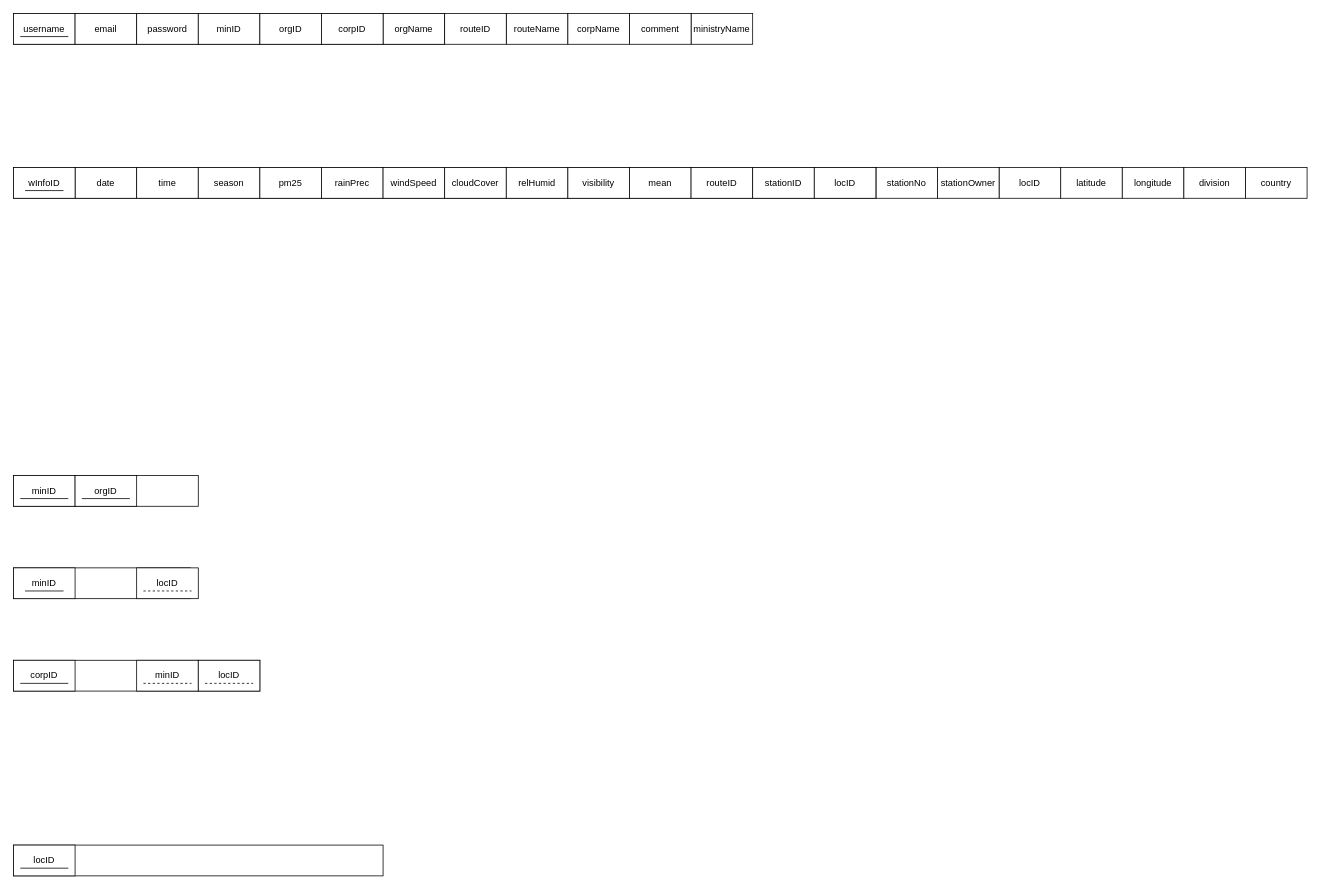
zorojuro75/CSE303-sec-03-Group-03 keeps this draw.io diagram as z-design/Normalisation.drawio. Above is the earlier version. Source tidied: cells renumbered, new cells numbered last; positions are measured from the earlier drawing's top-left corner, leaving out a move shared by most shapes. Both pictures are drawn from the tidied source at 77%, with x=0, y=0 at pixel (13, 13).
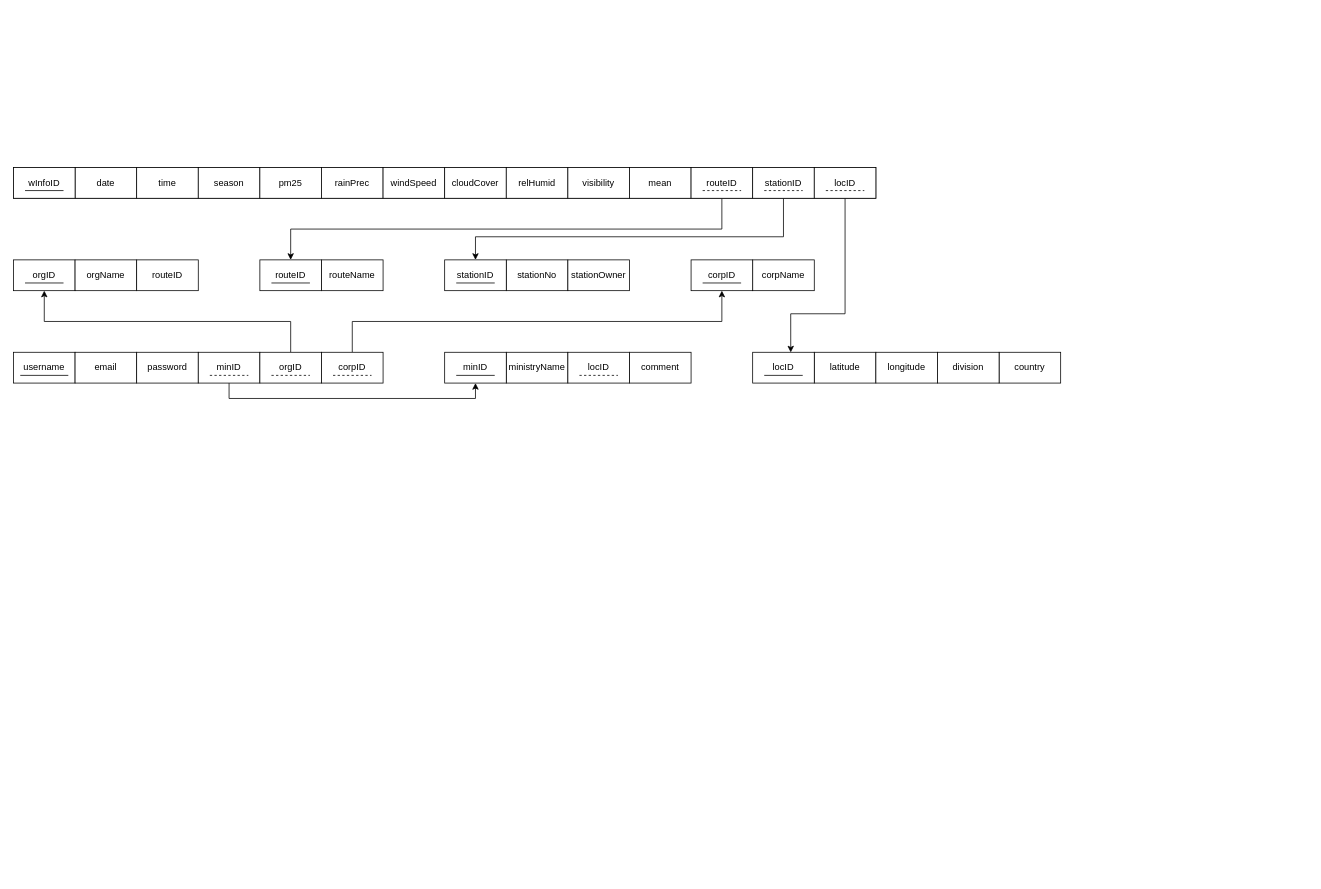
After the change.

Unchanged cells that the change refers to:
```xml
<mxCell id="50" value="routeID" style="rounded=0;whiteSpace=wrap;html=1;" parent="1" vertex="1">
  <mxGeometry x="880" y="200" width="80" height="40" as="geometry" />
</mxCell>
<mxCell id="56" value="stationID" style="rounded=0;whiteSpace=wrap;html=1;" parent="1" vertex="1">
  <mxGeometry x="960" y="200" width="80" height="40" as="geometry" />
</mxCell>
<mxCell id="58" value="locID" style="rounded=0;whiteSpace=wrap;html=1;" parent="1" vertex="1">
  <mxGeometry x="1040" y="200" width="80" height="40" as="geometry" />
</mxCell>
```

Change to the diagram source:
```diff
@@
-    <mxCell id="2" style="rounded=0;whiteSpace=wrap;html=1;" parent="1" vertex="1">
-      <mxGeometry width="560" height="40" as="geometry" />
-    </mxCell>
     <mxCell id="3" value="username" style="rounded=0;whiteSpace=wrap;html=1;" parent="1" vertex="1">
-      <mxGeometry width="80" height="40" as="geometry" />
+      <mxGeometry y="440" width="80" height="40" as="geometry" />
     </mxCell>
     <mxCell id="4" value="email" style="rounded=0;whiteSpace=wrap;html=1;" parent="1" vertex="1">
-      <mxGeometry x="80" width="80" height="40" as="geometry" />
+      <mxGeometry x="80" y="440" width="80" height="40" as="geometry" />
     </mxCell>
     <mxCell id="5" value="password" style="rounded=0;whiteSpace=wrap;html=1;" parent="1" vertex="1">
-      <mxGeometry x="160" width="80" height="40" as="geometry" />
+      <mxGeometry x="160" y="440" width="80" height="40" as="geometry" />
     </mxCell>
-    <mxCell id="6" value="orgName" style="rounded=0;whiteSpace=wrap;html=1;" parent="1" vertex="1">
-      <mxGeometry x="480" width="80" height="40" as="geometry" />
-    </mxCell>
     <mxCell id="7" value="routeName" style="rounded=0;whiteSpace=wrap;html=1;" parent="1" vertex="1">
-      <mxGeometry x="640" width="80" height="40" as="geometry" />
+      <mxGeometry x="400" y="320" width="80" height="40" as="geometry" />
     </mxCell>
-    <mxCell id="8" style="rounded=0;whiteSpace=wrap;html=1;" parent="1" vertex="1">
-      <mxGeometry y="720" width="230" height="40" as="geometry" />
-    </mxCell>
     <mxCell id="9" value="ministryName" style="rounded=0;whiteSpace=wrap;html=1;" parent="1" vertex="1">
-      <mxGeometry x="880" width="80" height="40" as="geometry" />
+      <mxGeometry x="640" y="440" width="80" height="40" as="geometry" />
     </mxCell>
     <mxCell id="10" value="stationNo" style="rounded=0;whiteSpace=wrap;html=1;" parent="1" vertex="1">
-      <mxGeometry x="1120" y="200" width="80" height="40" as="geometry" />
+      <mxGeometry x="640" y="320" width="80" height="40" as="geometry" />
     </mxCell>
     <mxCell id="11" style="endArrow=none;html=1;rounded=0;" parent="1" edge="1">
       <mxGeometry relative="1" as="geometry">
-        <mxPoint x="8.8" y="30" as="sourcePoint" />
-        <mxPoint x="71.2" y="30" as="targetPoint" />
+        <mxPoint x="8.8" y="470" as="sourcePoint" />
+        <mxPoint x="71.2" y="470" as="targetPoint" />
       </mxGeometry>
     </mxCell>
-    <mxCell id="12" value="locID" style="rounded=0;whiteSpace=wrap;html=1;" parent="1" vertex="1">
-      <mxGeometry x="160" y="720" width="80" height="40" as="geometry" />
-    </mxCell>
-    <mxCell id="13" style="endArrow=none;html=1;rounded=0;dashed=1;" parent="1" edge="1">
-      <mxGeometry relative="1" as="geometry">
-        <mxPoint x="168.8" y="750" as="sourcePoint" />
-        <mxPoint x="231.2" y="750" as="targetPoint" />
-      </mxGeometry>
-    </mxCell>
-    <mxCell id="14" style="rounded=0;whiteSpace=wrap;html=1;" parent="1" vertex="1">
-      <mxGeometry y="600" width="240" height="40" as="geometry" />
-    </mxCell>
-    <mxCell id="15" value="minID" style="rounded=0;whiteSpace=wrap;html=1;" parent="1" vertex="1">
-      <mxGeometry y="600" width="80" height="40" as="geometry" />
-    </mxCell>
-    <mxCell id="16" style="endArrow=none;html=1;rounded=0;" parent="1" edge="1">
-      <mxGeometry relative="1" as="geometry">
-        <mxPoint x="8.8" y="630" as="sourcePoint" />
-        <mxPoint x="71.2" y="630" as="targetPoint" />
-      </mxGeometry>
-    </mxCell>
-    <mxCell id="17" value="orgID" style="rounded=0;whiteSpace=wrap;html=1;" parent="1" vertex="1">
-      <mxGeometry x="80" y="600" width="80" height="40" as="geometry" />
-    </mxCell>
-    <mxCell id="18" style="endArrow=none;html=1;rounded=0;" parent="1" edge="1">
-      <mxGeometry relative="1" as="geometry">
-        <mxPoint x="88.8" y="630" as="sourcePoint" />
-        <mxPoint x="151.2" y="630" as="targetPoint" />
-      </mxGeometry>
-    </mxCell>
+    <mxCell id="59" style="edgeStyle=orthogonalEdgeStyle;rounded=0;jettySize=auto;html=1;exitX=0.5;exitY=1;exitDx=0;exitDy=0;entryX=0.5;entryY=1;entryDx=0;entryDy=0;" parent="1" edge="1" source="19" target="65">
+      <mxGeometry relative="1" as="geometry" />
+    </mxCell>
     <mxCell id="19" value="minID" style="rounded=0;whiteSpace=wrap;html=1;" parent="1" vertex="1">
-      <mxGeometry x="240" width="80" height="40" as="geometry" />
+      <mxGeometry x="240" y="440" width="80" height="40" as="geometry" />
     </mxCell>
+    <mxCell id="60" style="edgeStyle=orthogonalEdgeStyle;rounded=0;jettySize=auto;html=1;exitX=0.5;exitY=0;exitDx=0;exitDy=0;entryX=0.5;entryY=1;entryDx=0;entryDy=0;" parent="1" edge="1" source="20" target="17">
+      <mxGeometry relative="1" as="geometry" />
+    </mxCell>
     <mxCell id="20" value="orgID" style="rounded=0;whiteSpace=wrap;html=1;" parent="1" vertex="1">
-      <mxGeometry x="320" width="80" height="40" as="geometry" />
+      <mxGeometry x="320" y="440" width="80" height="40" as="geometry" />
     </mxCell>
-    <mxCell id="21" style="rounded=0;whiteSpace=wrap;html=1;" parent="1" vertex="1">
-      <mxGeometry y="840" width="320" height="40" as="geometry" />
-    </mxCell>
-    <mxCell id="22" value="corpID" style="rounded=0;whiteSpace=wrap;html=1;" parent="1" vertex="1">
-      <mxGeometry y="840" width="80" height="40" as="geometry" />
-    </mxCell>
-    <mxCell id="23" style="endArrow=none;html=1;rounded=0;" parent="1" edge="1">
-      <mxGeometry relative="1" as="geometry">
-        <mxPoint x="8.8" y="870" as="sourcePoint" />
-        <mxPoint x="71.2" y="870" as="targetPoint" />
-      </mxGeometry>
-    </mxCell>
-    <mxCell id="24" value="minID" style="rounded=0;whiteSpace=wrap;html=1;" parent="1" vertex="1">
-      <mxGeometry x="160" y="840" width="80" height="40" as="geometry" />
-    </mxCell>
-    <mxCell id="25" value="locID" style="rounded=0;whiteSpace=wrap;html=1;" parent="1" vertex="1">
-      <mxGeometry x="240" y="840" width="80" height="40" as="geometry" />
-    </mxCell>
-    <mxCell id="26" style="endArrow=none;html=1;rounded=0;dashed=1;" parent="1" edge="1">
-      <mxGeometry relative="1" as="geometry">
-        <mxPoint x="248.8" y="870" as="sourcePoint" />
-        <mxPoint x="311.2" y="870" as="targetPoint" />
-      </mxGeometry>
-    </mxCell>
-    <mxCell id="27" style="endArrow=none;html=1;rounded=0;dashed=1;" parent="1" edge="1">
-      <mxGeometry relative="1" as="geometry">
-        <mxPoint x="168.8" y="870" as="sourcePoint" />
-        <mxPoint x="231.2" y="870" as="targetPoint" />
-      </mxGeometry>
-    </mxCell>
-    <mxCell id="28" value="minID" style="rounded=0;whiteSpace=wrap;html=1;" parent="1" vertex="1">
-      <mxGeometry y="720" width="80" height="40" as="geometry" />
-    </mxCell>
@@
-    <mxCell id="32" style="rounded=0;whiteSpace=wrap;html=1;" parent="1" vertex="1">
-      <mxGeometry y="1080" width="480" height="40" as="geometry" />
-    </mxCell>
-    <mxCell id="33" value="locID" style="rounded=0;whiteSpace=wrap;html=1;" parent="1" vertex="1">
-      <mxGeometry y="1080" width="80" height="40" as="geometry" />
-    </mxCell>
-    <mxCell id="34" style="endArrow=none;html=1;rounded=0;" parent="1" edge="1">
-      <mxGeometry relative="1" as="geometry">
-        <mxPoint x="8.8" y="1110" as="sourcePoint" />
-        <mxPoint x="71.2" y="1110" as="targetPoint" />
-      </mxGeometry>
-    </mxCell>
     <mxCell id="35" value="latitude" style="rounded=0;whiteSpace=wrap;html=1;" parent="1" vertex="1">
-      <mxGeometry x="1360" y="200" width="80" height="40" as="geometry" />
+      <mxGeometry x="1040" y="440" width="80" height="40" as="geometry" />
     </mxCell>
     <mxCell id="36" value="country" style="rounded=0;whiteSpace=wrap;html=1;" parent="1" vertex="1">
-      <mxGeometry x="1600" y="200" width="80" height="40" as="geometry" />
+      <mxGeometry x="1280" y="440" width="80" height="40" as="geometry" />
     </mxCell>
     <mxCell id="37" value="longitude" style="rounded=0;whiteSpace=wrap;html=1;" parent="1" vertex="1">
-      <mxGeometry x="1440" y="200" width="80" height="40" as="geometry" />
+      <mxGeometry x="1120" y="440" width="80" height="40" as="geometry" />
     </mxCell>
     <mxCell id="38" value="division" style="rounded=0;whiteSpace=wrap;html=1;" parent="1" vertex="1">
-      <mxGeometry x="1520" y="200" width="80" height="40" as="geometry" />
+      <mxGeometry x="1200" y="440" width="80" height="40" as="geometry" />
     </mxCell>
@@
+    <mxCell id="61" style="edgeStyle=orthogonalEdgeStyle;rounded=0;jettySize=auto;html=1;exitX=0.5;exitY=0;exitDx=0;exitDy=0;entryX=0.5;entryY=1;entryDx=0;entryDy=0;" parent="1" edge="1" source="47" target="22">
+      <mxGeometry relative="1" as="geometry" />
+    </mxCell>
     <mxCell id="47" value="corpID" style="rounded=0;whiteSpace=wrap;html=1;" parent="1" vertex="1">
-      <mxGeometry x="400" width="80" height="40" as="geometry" />
+      <mxGeometry x="400" y="440" width="80" height="40" as="geometry" />
     </mxCell>
     <mxCell id="48" value="routeID" style="rounded=0;whiteSpace=wrap;html=1;" parent="1" vertex="1">
-      <mxGeometry x="560" width="80" height="40" as="geometry" />
+      <mxGeometry x="320" y="320" width="80" height="40" as="geometry" />
     </mxCell>
     <mxCell id="49" value="locID" style="rounded=0;whiteSpace=wrap;html=1;" parent="1" vertex="1">
-      <mxGeometry x="1280" y="200" width="80" height="40" as="geometry" />
+      <mxGeometry x="960" y="440" width="80" height="40" as="geometry" />
     </mxCell>
+    <mxCell id="62" style="edgeStyle=orthogonalEdgeStyle;rounded=0;jettySize=auto;html=1;exitX=0.5;exitY=1;exitDx=0;exitDy=0;entryX=0.5;entryY=0;entryDx=0;entryDy=0;" parent="1" edge="1" source="50" target="48">
+      <mxGeometry relative="1" as="geometry" />
+    </mxCell>
@@
     <mxCell id="52" value="corpName" style="rounded=0;whiteSpace=wrap;html=1;" parent="1" vertex="1">
-      <mxGeometry x="720" width="80" height="40" as="geometry" />
+      <mxGeometry x="960" y="320" width="80" height="40" as="geometry" />
     </mxCell>
     <mxCell id="53" value="comment" style="rounded=0;whiteSpace=wrap;html=1;" parent="1" vertex="1">
-      <mxGeometry x="800" width="80" height="40" as="geometry" />
+      <mxGeometry x="800" y="440" width="80" height="40" as="geometry" />
     </mxCell>
@@
-    <mxCell id="55" style="endArrow=none;html=1;rounded=0;" parent="1" edge="1">
-      <mxGeometry relative="1" as="geometry">
-        <mxPoint x="15" y="750" as="sourcePoint" />
-        <mxPoint x="65" y="750" as="targetPoint" />
-      </mxGeometry>
-    </mxCell>
+    <mxCell id="63" style="edgeStyle=orthogonalEdgeStyle;rounded=0;jettySize=auto;html=1;exitX=0.5;exitY=1;exitDx=0;exitDy=0;" parent="1" edge="1" source="56" target="68">
+      <mxGeometry relative="1" as="geometry">
+        <Array as="points">
+          <mxPoint x="1000" y="290" />
+          <mxPoint x="600" y="290" />
+        </Array>
+      </mxGeometry>
+    </mxCell>
@@
     <mxCell id="57" value="stationOwner" style="rounded=0;whiteSpace=wrap;html=1;" parent="1" vertex="1">
-      <mxGeometry x="1200" y="200" width="80" height="40" as="geometry" />
+      <mxGeometry x="720" y="320" width="80" height="40" as="geometry" />
     </mxCell>
+    <mxCell id="64" style="edgeStyle=orthogonalEdgeStyle;rounded=0;jettySize=auto;html=1;exitX=0.5;exitY=1;exitDx=0;exitDy=0;entryX=0.618;entryY=0.004;entryDx=0;entryDy=0;entryPerimeter=0;" parent="1" edge="1" source="58" target="49">
+      <mxGeometry relative="1" as="geometry">
+        <Array as="points">
+          <mxPoint x="1080" y="390" />
+          <mxPoint x="1009" y="390" />
+        </Array>
+      </mxGeometry>
+    </mxCell>
@@
+    <mxCell id="65" value="minID" style="rounded=0;whiteSpace=wrap;html=1;" parent="1" vertex="1">
+      <mxGeometry x="560" y="440" width="80" height="40" as="geometry" />
+    </mxCell>
+    <mxCell id="66" value="locID" style="rounded=0;whiteSpace=wrap;html=1;" parent="1" vertex="1">
+      <mxGeometry x="720" y="440" width="80" height="40" as="geometry" />
+    </mxCell>
+    <mxCell id="22" value="corpID" style="rounded=0;whiteSpace=wrap;html=1;" parent="1" vertex="1">
+      <mxGeometry x="880" y="320" width="80" height="40" as="geometry" />
+    </mxCell>
+    <mxCell id="17" value="orgID" style="rounded=0;whiteSpace=wrap;html=1;" parent="1" vertex="1">
+      <mxGeometry y="320" width="80" height="40" as="geometry" />
+    </mxCell>
+    <mxCell id="6" value="orgName" style="rounded=0;whiteSpace=wrap;html=1;" parent="1" vertex="1">
+      <mxGeometry x="80" y="320" width="80" height="40" as="geometry" />
+    </mxCell>
+    <mxCell id="67" value="routeID" style="rounded=0;whiteSpace=wrap;html=1;" parent="1" vertex="1">
+      <mxGeometry x="160" y="320" width="80" height="40" as="geometry" />
+    </mxCell>
+    <mxCell id="68" value="stationID" style="rounded=0;whiteSpace=wrap;html=1;" parent="1" vertex="1">
+      <mxGeometry x="560" y="320" width="80" height="40" as="geometry" />
+    </mxCell>
+    <mxCell id="69" style="endArrow=none;html=1;rounded=0;" parent="1" edge="1">
+      <mxGeometry relative="1" as="geometry">
+        <mxPoint x="15" y="350" as="sourcePoint" />
+        <mxPoint x="65" y="350" as="targetPoint" />
+      </mxGeometry>
+    </mxCell>
+    <mxCell id="70" style="endArrow=none;html=1;rounded=0;" parent="1" edge="1">
+      <mxGeometry relative="1" as="geometry">
+        <mxPoint x="335" y="350" as="sourcePoint" />
+        <mxPoint x="385" y="350" as="targetPoint" />
+      </mxGeometry>
+    </mxCell>
+    <mxCell id="71" style="endArrow=none;html=1;rounded=0;" parent="1" edge="1">
+      <mxGeometry relative="1" as="geometry">
+        <mxPoint x="575" y="350" as="sourcePoint" />
+        <mxPoint x="625" y="350" as="targetPoint" />
+      </mxGeometry>
+    </mxCell>
+    <mxCell id="72" style="endArrow=none;html=1;rounded=0;" parent="1" edge="1">
+      <mxGeometry relative="1" as="geometry">
+        <mxPoint x="575" y="470" as="sourcePoint" />
+        <mxPoint x="625" y="470" as="targetPoint" />
+      </mxGeometry>
+    </mxCell>
+    <mxCell id="73" style="endArrow=none;html=1;rounded=0;" parent="1" edge="1">
+      <mxGeometry relative="1" as="geometry">
+        <mxPoint x="895" y="350" as="sourcePoint" />
+        <mxPoint x="945" y="350" as="targetPoint" />
+      </mxGeometry>
+    </mxCell>
+    <mxCell id="74" style="endArrow=none;html=1;rounded=0;dashed=1;" parent="1" edge="1">
+      <mxGeometry relative="1" as="geometry">
+        <mxPoint x="895" y="230" as="sourcePoint" />
+        <mxPoint x="945" y="230" as="targetPoint" />
+      </mxGeometry>
+    </mxCell>
+    <mxCell id="75" style="endArrow=none;html=1;rounded=0;dashed=1;" parent="1" edge="1">
+      <mxGeometry relative="1" as="geometry">
+        <mxPoint x="975" y="230" as="sourcePoint" />
+        <mxPoint x="1025" y="230" as="targetPoint" />
+      </mxGeometry>
+    </mxCell>
+    <mxCell id="76" style="endArrow=none;html=1;rounded=0;dashed=1;" parent="1" edge="1">
+      <mxGeometry relative="1" as="geometry">
+        <mxPoint x="1055" y="230" as="sourcePoint" />
+        <mxPoint x="1105" y="230" as="targetPoint" />
+      </mxGeometry>
+    </mxCell>
+    <mxCell id="77" style="endArrow=none;html=1;rounded=0;dashed=1;" parent="1" edge="1">
+      <mxGeometry relative="1" as="geometry">
+        <mxPoint x="255" y="470" as="sourcePoint" />
+        <mxPoint x="305" y="470" as="targetPoint" />
+      </mxGeometry>
+    </mxCell>
+    <mxCell id="78" style="endArrow=none;html=1;rounded=0;dashed=1;" parent="1" edge="1">
+      <mxGeometry relative="1" as="geometry">
+        <mxPoint x="335" y="470" as="sourcePoint" />
+        <mxPoint x="385" y="470" as="targetPoint" />
+      </mxGeometry>
+    </mxCell>
+    <mxCell id="79" style="endArrow=none;html=1;rounded=0;dashed=1;" parent="1" edge="1">
+      <mxGeometry relative="1" as="geometry">
+        <mxPoint x="415" y="470" as="sourcePoint" />
+        <mxPoint x="465" y="470" as="targetPoint" />
+      </mxGeometry>
+    </mxCell>
+    <mxCell id="80" style="endArrow=none;html=1;rounded=0;dashed=1;" parent="1" edge="1">
+      <mxGeometry relative="1" as="geometry">
+        <mxPoint x="735" y="470" as="sourcePoint" />
+        <mxPoint x="785" y="470" as="targetPoint" />
+      </mxGeometry>
+    </mxCell>
+    <mxCell id="81" style="endArrow=none;html=1;rounded=0;" parent="1" edge="1">
+      <mxGeometry relative="1" as="geometry">
+        <mxPoint x="975" y="470" as="sourcePoint" />
+        <mxPoint x="1025" y="470" as="targetPoint" />
+      </mxGeometry>
+    </mxCell>
```
